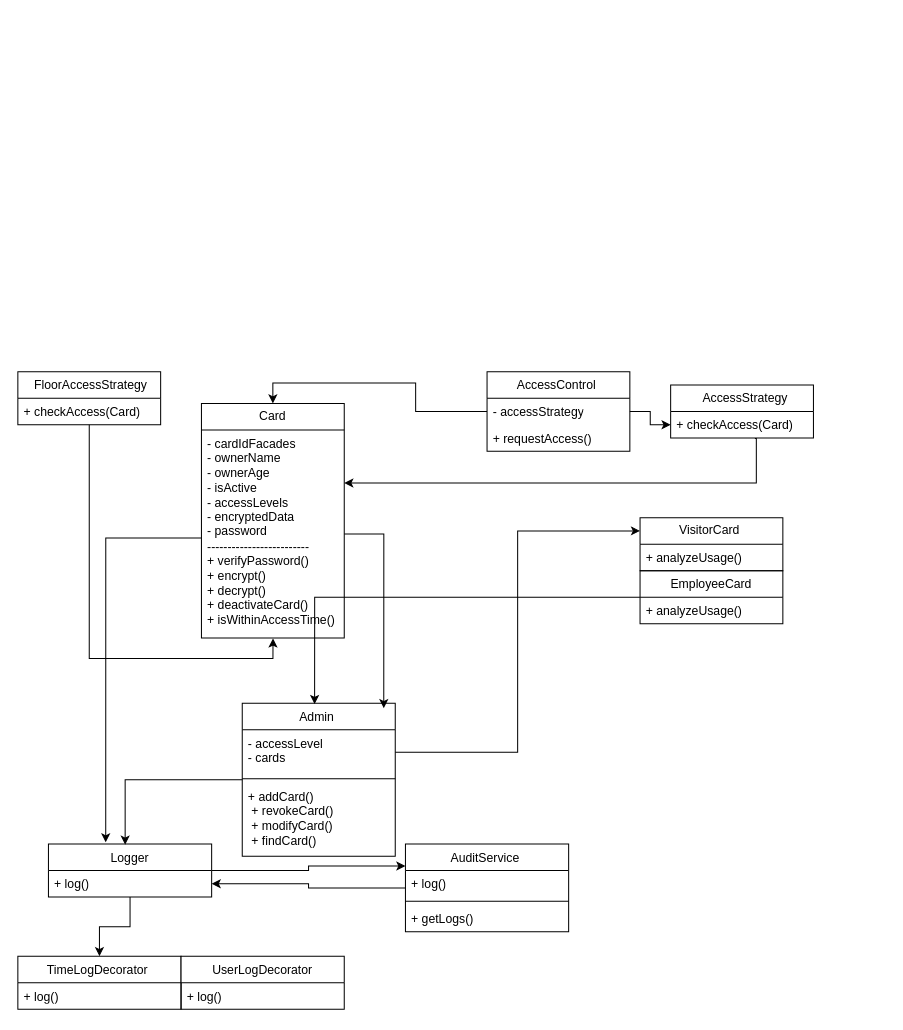
The draw.io diagram DiagrameHandmake.drawio in Suphakit162/DII-GEN6-CompoundSEC, before the edit. Source tidied: cells renumbered, new cells numbered last; positions are measured from the earlier drawing's top-left corner, leaving out a move shared by most shapes. Both pictures are drawn from the tidied source at 102%, with x=0, y=0 at pixel (17, 371).
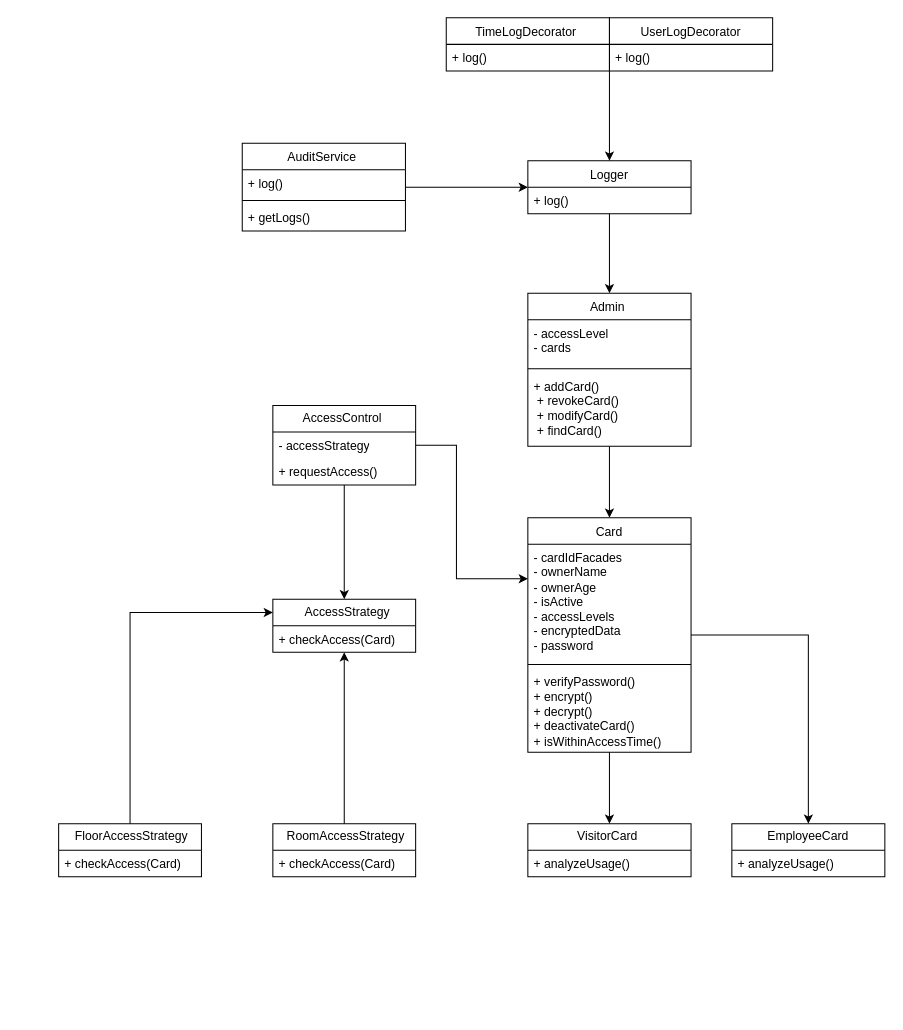
Above is the later version.

The change refers to these unchanged cells:
```xml
<mxCell id="4" value="- accessStrategy" style="text;strokeColor=none;fillColor=none;align=left;verticalAlign=top;spacingLeft=4;spacingRight=4;overflow=hidden;points=[[0,0.5],[1,0.5]];portConstraint=eastwest;whiteSpace=wrap;html=1;" parent="3" vertex="1">
  <mxGeometry y="26" width="140" height="26" as="geometry" />
</mxCell>
<mxCell id="8" value="+ checkAccess(Card)" style="text;strokeColor=none;fillColor=none;align=left;verticalAlign=top;spacingLeft=4;spacingRight=4;overflow=hidden;points=[[0,0.5],[1,0.5]];portConstraint=eastwest;whiteSpace=wrap;html=1;" parent="7" vertex="1">
  <mxGeometry y="26" width="140" height="26" as="geometry" />
</mxCell>
<mxCell id="25" value="+ log()" style="text;strokeColor=none;fillColor=none;align=left;verticalAlign=top;spacingLeft=4;spacingRight=4;overflow=hidden;points=[[0,0.5],[1,0.5]];portConstraint=eastwest;whiteSpace=wrap;html=1;" parent="24" vertex="1">
  <mxGeometry y="26" width="160" height="26" as="geometry" />
</mxCell>
```

Change to the diagram source:
```diff
@@
-    <mxCell id="2" style="edgeStyle=orthogonalEdgeStyle;rounded=0;jettySize=auto;html=1;entryX=0.5;entryY=0;entryDx=0;entryDy=0;" parent="1" edge="1" source="3" target="10">
-      <mxGeometry relative="1" as="geometry" />
-    </mxCell>
+    <mxCell id="41" style="edgeStyle=orthogonalEdgeStyle;rounded=0;jettySize=auto;html=1;entryX=0;entryY=0.298;entryDx=0;entryDy=0;entryPerimeter=0;" parent="1" edge="1" source="3" target="50">
+      <mxGeometry relative="1" as="geometry">
+        <Array as="points">
+          <mxPoint x="430" y="72" />
+          <mxPoint x="430" y="203" />
+        </Array>
+      </mxGeometry>
+    </mxCell>
+    <mxCell id="42" style="edgeStyle=orthogonalEdgeStyle;rounded=0;jettySize=auto;html=1;" parent="1" edge="1" source="3" target="7">
+      <mxGeometry relative="1" as="geometry" />
+    </mxCell>
     <mxCell id="3" value="&lt;span style=&quot;text-align: left;&quot;&gt;AccessControl&amp;nbsp;&lt;/span&gt;" style="swimlane;fontStyle=0;horizontal=1;startSize=26;fillColor=none;whiteSpace=wrap;html=1;" parent="1" vertex="1">
-      <mxGeometry x="460" width="140" height="78" as="geometry" />
+      <mxGeometry x="250" y="33" width="140" height="78" as="geometry" />
     </mxCell>
@@
-    <mxCell id="6" style="edgeStyle=orthogonalEdgeStyle;rounded=0;jettySize=auto;html=1;exitX=0.59;exitY=1.019;exitDx=0;exitDy=0;exitPerimeter=0;entryX=1;entryY=0.422;entryDx=0;entryDy=0;entryPerimeter=0;" parent="1" edge="1" source="8">
-      <mxGeometry relative="1" as="geometry">
-        <mxPoint x="320" y="109.1" as="targetPoint" />
-        <Array as="points">
-          <mxPoint x="724" y="66" />
-          <mxPoint x="724" y="109" />
-        </Array>
-      </mxGeometry>
-    </mxCell>
     <mxCell id="7" value="&lt;span style=&quot;text-align: left;&quot;&gt;&amp;nbsp;&amp;nbsp;AccessStrategy&lt;/span&gt;" style="swimlane;fontStyle=0;horizontal=1;startSize=26;fillColor=none;whiteSpace=wrap;html=1;" parent="1" vertex="1">
-      <mxGeometry x="640" y="13" width="140" height="52" as="geometry" />
+      <mxGeometry x="250" y="223" width="140" height="52" as="geometry" />
     </mxCell>
@@
-    <mxCell id="9" style="edgeStyle=orthogonalEdgeStyle;rounded=0;jettySize=auto;html=1;entryX=0.351;entryY=-0.032;entryDx=0;entryDy=0;entryPerimeter=0;" parent="1" edge="1" source="10" target="24">
-      <mxGeometry relative="1" as="geometry">
-        <Array as="points">
-          <mxPoint x="86" y="163" />
-        </Array>
-      </mxGeometry>
-    </mxCell>
-    <mxCell id="10" value="&lt;span style=&quot;text-align: left;&quot;&gt;&amp;nbsp; Card&amp;nbsp;&amp;nbsp;&lt;/span&gt;" style="swimlane;fontStyle=0;horizontal=1;startSize=26;fillColor=none;whiteSpace=wrap;html=1;" parent="1" vertex="1">
-      <mxGeometry x="180" y="31" width="140" height="230" as="geometry" />
-    </mxCell>
-    <mxCell id="11" value="&lt;div&gt;- cardIdFacades&amp;nbsp; &amp;nbsp; &amp;nbsp; &amp;nbsp; &amp;nbsp; &amp;nbsp; &lt;span style=&quot;background-color: transparent; color: light-dark(rgb(0, 0, 0), rgb(255, 255, 255));&quot;&gt;- ownerName&amp;nbsp; &amp;nbsp; &amp;nbsp; &amp;nbsp; &amp;nbsp; &amp;nbsp; &amp;nbsp; &amp;nbsp;&lt;/span&gt;&lt;/div&gt;&lt;div&gt;- ownerAge&amp;nbsp; &amp;nbsp;&amp;nbsp;&lt;/div&gt;&lt;div&gt;- isActive&amp;nbsp;&amp;nbsp;&lt;/div&gt;&lt;div&gt;- accessLevels&amp;nbsp; &amp;nbsp;&amp;nbsp;&lt;/div&gt;&lt;div&gt;- encryptedData&amp;nbsp; &amp;nbsp; &amp;nbsp;&lt;/div&gt;&lt;div&gt;- password&amp;nbsp; &amp;nbsp;&amp;nbsp;&lt;/div&gt;&lt;div&gt;-------------------------&amp;nbsp; &amp;nbsp;&amp;nbsp;&lt;/div&gt;&lt;div&gt;+ verifyPassword()&amp;nbsp; &amp;nbsp; &amp;nbsp;&lt;/div&gt;&lt;div&gt;+ encrypt()&amp;nbsp; &amp;nbsp;&amp;nbsp;&lt;/div&gt;&lt;div&gt;+ decrypt()&amp;nbsp; &amp;nbsp;&amp;nbsp;&lt;/div&gt;&lt;div&gt;+ deactivateCard()&amp;nbsp; &amp;nbsp; &amp;nbsp;&amp;nbsp;&lt;/div&gt;&lt;div&gt;+ isWithinAccessTime()&lt;/div&gt;" style="text;strokeColor=none;fillColor=none;align=left;verticalAlign=top;spacingLeft=4;spacingRight=4;overflow=hidden;points=[[0,0.5],[1,0.5]];portConstraint=eastwest;whiteSpace=wrap;html=1;" parent="10" vertex="1">
-      <mxGeometry y="26" width="140" height="204" as="geometry" />
-    </mxCell>
+    <mxCell id="43" style="edgeStyle=orthogonalEdgeStyle;rounded=0;jettySize=auto;html=1;entryX=0;entryY=0.25;entryDx=0;entryDy=0;" parent="1" edge="1" source="12" target="7">
+      <mxGeometry relative="1" as="geometry">
+        <Array as="points">
+          <mxPoint x="110" y="236" />
+        </Array>
+      </mxGeometry>
+    </mxCell>
     <mxCell id="12" value="&lt;span style=&quot;text-align: left;&quot;&gt;&amp;nbsp;FloorAccessStrategy&lt;/span&gt;" style="swimlane;fontStyle=0;horizontal=1;startSize=26;fillColor=none;whiteSpace=wrap;html=1;" parent="1" vertex="1">
-      <mxGeometry width="140" height="52" as="geometry" />
+      <mxGeometry x="40" y="443" width="140" height="52" as="geometry" />
     </mxCell>
@@
     <mxCell id="14" value="&lt;span style=&quot;text-align: left;&quot;&gt;EmployeeCard&lt;/span&gt;" style="swimlane;fontStyle=0;horizontal=1;startSize=26;fillColor=none;whiteSpace=wrap;html=1;" parent="1" vertex="1">
-      <mxGeometry x="610" y="195" width="140" height="52" as="geometry" />
+      <mxGeometry x="700" y="443" width="150" height="52" as="geometry" />
     </mxCell>
     <mxCell id="15" value="+ analyzeUsage()" style="text;strokeColor=none;fillColor=none;align=left;verticalAlign=top;spacingLeft=4;spacingRight=4;overflow=hidden;whiteSpace=wrap;html=1;" parent="14" vertex="1">
-      <mxGeometry y="26" width="140" height="26" as="geometry" />
+      <mxGeometry y="26" width="150" height="26" as="geometry" />
     </mxCell>
     <mxCell id="16" value="&lt;div style=&quot;text-align: left;&quot;&gt;&lt;span style=&quot;background-color: transparent;&quot;&gt;VisitorCard&amp;nbsp;&lt;/span&gt;&lt;/div&gt;" style="swimlane;fontStyle=0;horizontal=1;startSize=26;fillColor=none;whiteSpace=wrap;html=1;" parent="1" vertex="1">
-      <mxGeometry x="610" y="143" width="140" height="52" as="geometry" />
+      <mxGeometry x="500" y="443" width="160" height="52" as="geometry" />
     </mxCell>
     <mxCell id="17" value="+ analyzeUsage()" style="text;strokeColor=none;fillColor=none;align=left;verticalAlign=top;spacingLeft=4;spacingRight=4;overflow=hidden;whiteSpace=wrap;html=1;" parent="16" vertex="1">
-      <mxGeometry y="26" width="140" height="26" as="geometry" />
+      <mxGeometry y="26" width="160" height="26" as="geometry" />
     </mxCell>
+    <mxCell id="44" style="edgeStyle=orthogonalEdgeStyle;rounded=0;jettySize=auto;html=1;" parent="1" edge="1" source="18" target="10">
+      <mxGeometry relative="1" as="geometry" />
+    </mxCell>
     <mxCell id="18" value="&lt;span style=&quot;font-weight: 400; text-align: left;&quot;&gt;Admin&amp;nbsp;&lt;/span&gt;" style="swimlane;fontStyle=1;align=center;verticalAlign=top;horizontal=1;startSize=26;whiteSpace=wrap;html=1;" parent="1" vertex="1">
-      <mxGeometry x="220" y="325" width="150" height="150" as="geometry" />
+      <mxGeometry x="500" y="-77" width="160" height="150" as="geometry" />
     </mxCell>
     <mxCell id="19" value="&lt;div&gt;- accessLevel&lt;/div&gt;&lt;div&gt;- cards&amp;nbsp; &amp;nbsp;&amp;nbsp;&lt;/div&gt;" style="text;strokeColor=none;fillColor=none;align=left;verticalAlign=top;spacingLeft=4;spacingRight=4;overflow=hidden;points=[[0,0.5],[1,0.5]];portConstraint=eastwest;whiteSpace=wrap;html=1;" parent="18" vertex="1">
-      <mxGeometry y="26" width="150" height="44" as="geometry" />
+      <mxGeometry y="26" width="160" height="44" as="geometry" />
     </mxCell>
     <mxCell id="20" style="line;strokeWidth=1;fillColor=none;align=left;verticalAlign=middle;spacingTop=-1;spacingLeft=3;spacingRight=3;labelPosition=right;strokeColor=inherit;" parent="18" vertex="1">
-      <mxGeometry y="70" width="150" height="8" as="geometry" />
+      <mxGeometry y="70" width="160" height="8" as="geometry" />
     </mxCell>
     <mxCell id="21" value="&lt;div&gt;+ addCard()&amp;nbsp; &amp;nbsp; &amp;nbsp; &amp;nbsp; &amp;nbsp; &amp;nbsp;&lt;/div&gt;&lt;div&gt;&amp;nbsp;+ revokeCard()&amp;nbsp; &amp;nbsp; &amp;nbsp; &amp;nbsp;&amp;nbsp;&lt;/div&gt;&lt;div&gt;&amp;nbsp;+ modifyCard()&amp;nbsp; &amp;nbsp; &amp;nbsp; &amp;nbsp;&amp;nbsp;&lt;/div&gt;&lt;div&gt;&amp;nbsp;+ findCard()&lt;/div&gt;" style="text;strokeColor=none;fillColor=none;align=left;verticalAlign=top;spacingLeft=4;spacingRight=4;overflow=hidden;whiteSpace=wrap;html=1;" parent="18" vertex="1">
-      <mxGeometry y="78" width="150" height="72" as="geometry" />
+      <mxGeometry y="78" width="160" height="72" as="geometry" />
     </mxCell>
-    <mxCell id="22" style="edgeStyle=orthogonalEdgeStyle;rounded=0;jettySize=auto;html=1;entryX=0.5;entryY=0;entryDx=0;entryDy=0;" parent="1" edge="1" source="24" target="26">
-      <mxGeometry relative="1" as="geometry" />
-    </mxCell>
-    <mxCell id="23" style="edgeStyle=orthogonalEdgeStyle;rounded=0;jettySize=auto;html=1;entryX=0;entryY=0.25;entryDx=0;entryDy=0;" parent="1" edge="1" source="24" target="29">
-      <mxGeometry relative="1" as="geometry" />
-    </mxCell>
+    <mxCell id="45" style="edgeStyle=orthogonalEdgeStyle;rounded=0;jettySize=auto;html=1;entryX=0.5;entryY=0;entryDx=0;entryDy=0;" parent="1" edge="1" source="24" target="18">
+      <mxGeometry relative="1" as="geometry" />
+    </mxCell>
     <mxCell id="24" value="Logger" style="swimlane;fontStyle=0;align=center;verticalAlign=top;horizontal=1;startSize=26;whiteSpace=wrap;html=1;" parent="1" vertex="1">
-      <mxGeometry x="30" y="463" width="160" height="52" as="geometry" />
+      <mxGeometry x="500" y="-207" width="160" height="52" as="geometry" />
     </mxCell>
@@
     <mxCell id="26" value="TimeLogDecorator&amp;nbsp;" style="swimlane;fontStyle=0;align=center;verticalAlign=top;horizontal=1;startSize=26;whiteSpace=wrap;html=1;" parent="1" vertex="1">
-      <mxGeometry y="573" width="160" height="52" as="geometry" />
+      <mxGeometry x="420" y="-347" width="160" height="52" as="geometry" />
     </mxCell>
@@
-    <mxCell id="28" style="edgeStyle=orthogonalEdgeStyle;rounded=0;jettySize=auto;html=1;entryX=1;entryY=0.5;entryDx=0;entryDy=0;" parent="1" edge="1" source="29" target="25">
-      <mxGeometry relative="1" as="geometry" />
-    </mxCell>
+    <mxCell id="46" style="edgeStyle=orthogonalEdgeStyle;rounded=0;jettySize=auto;html=1;" parent="1" edge="1" source="29" target="24">
+      <mxGeometry relative="1" as="geometry" />
+    </mxCell>
     <mxCell id="29" value="&lt;span style=&quot;font-weight: 400;&quot;&gt;AuditService&amp;nbsp;&lt;/span&gt;" style="swimlane;fontStyle=1;align=center;verticalAlign=top;horizontal=1;startSize=26;whiteSpace=wrap;html=1;" parent="1" vertex="1">
-      <mxGeometry x="380" y="463" width="160" height="86" as="geometry" />
+      <mxGeometry x="220" y="-224" width="160" height="86" as="geometry" />
     </mxCell>
@@
+    <mxCell id="47" style="edgeStyle=orthogonalEdgeStyle;rounded=0;jettySize=auto;html=1;entryX=0.5;entryY=0;entryDx=0;entryDy=0;" parent="1" edge="1" source="33" target="24">
+      <mxGeometry relative="1" as="geometry">
+        <Array as="points">
+          <mxPoint x="580" y="-277" />
+          <mxPoint x="580" y="-277" />
+        </Array>
+      </mxGeometry>
+    </mxCell>
     <mxCell id="33" value="UserLogDecorator" style="swimlane;fontStyle=0;align=center;verticalAlign=top;horizontal=1;startSize=26;whiteSpace=wrap;html=1;" parent="1" vertex="1">
-      <mxGeometry x="160" y="573" width="160" height="52" as="geometry" />
+      <mxGeometry x="580" y="-347" width="160" height="52" as="geometry" />
     </mxCell>
@@
-    <mxCell id="35" style="edgeStyle=orthogonalEdgeStyle;rounded=0;jettySize=auto;html=1;" parent="1" edge="1" source="4" target="8">
-      <mxGeometry relative="1" as="geometry" />
-    </mxCell>
-    <mxCell id="36" style="edgeStyle=orthogonalEdgeStyle;rounded=0;jettySize=auto;html=1;entryX=0.501;entryY=1.002;entryDx=0;entryDy=0;entryPerimeter=0;" parent="1" edge="1" source="12" target="11">
-      <mxGeometry relative="1" as="geometry" />
-    </mxCell>
-    <mxCell id="37" style="edgeStyle=orthogonalEdgeStyle;rounded=0;jettySize=auto;html=1;entryX=0.473;entryY=0.005;entryDx=0;entryDy=0;entryPerimeter=0;" parent="1" edge="1" source="14" target="18">
-      <mxGeometry relative="1" as="geometry" />
-    </mxCell>
-    <mxCell id="38" style="edgeStyle=orthogonalEdgeStyle;rounded=0;jettySize=auto;html=1;entryX=0.47;entryY=0.012;entryDx=0;entryDy=0;entryPerimeter=0;" parent="1" edge="1" source="18" target="24">
-      <mxGeometry relative="1" as="geometry" />
-    </mxCell>
-    <mxCell id="39" style="edgeStyle=orthogonalEdgeStyle;rounded=0;jettySize=auto;html=1;entryX=0;entryY=0.25;entryDx=0;entryDy=0;" parent="1" edge="1" source="19" target="16">
-      <mxGeometry relative="1" as="geometry" />
-    </mxCell>
-    <mxCell id="40" style="edgeStyle=orthogonalEdgeStyle;rounded=0;jettySize=auto;html=1;entryX=0.925;entryY=0.032;entryDx=0;entryDy=0;entryPerimeter=0;" parent="1" edge="1" source="11" target="18">
-      <mxGeometry relative="1" as="geometry" />
-    </mxCell>
+    <mxCell id="48" style="edgeStyle=orthogonalEdgeStyle;rounded=0;jettySize=auto;html=1;entryX=0.5;entryY=0;entryDx=0;entryDy=0;" parent="1" edge="1" source="10" target="16">
+      <mxGeometry relative="1" as="geometry" />
+    </mxCell>
+    <mxCell id="49" style="edgeStyle=orthogonalEdgeStyle;rounded=0;jettySize=auto;html=1;entryX=0.5;entryY=0;entryDx=0;entryDy=0;" parent="1" edge="1" source="10" target="14">
+      <mxGeometry relative="1" as="geometry" />
+    </mxCell>
+    <mxCell id="10" value="&lt;span style=&quot;font-weight: 400; text-align: left;&quot;&gt;&amp;nbsp; Card&amp;nbsp;&amp;nbsp;&lt;/span&gt;" style="swimlane;fontStyle=1;align=center;verticalAlign=top;horizontal=1;startSize=26;whiteSpace=wrap;html=1;" parent="1" vertex="1">
+      <mxGeometry x="500" y="143" width="160" height="230" as="geometry" />
+    </mxCell>
+    <mxCell id="50" value="&lt;div&gt;- cardIdFacades&amp;nbsp; &amp;nbsp; &amp;nbsp; &amp;nbsp; &amp;nbsp; &amp;nbsp;&lt;span style=&quot;background-color: transparent; color: light-dark(rgb(0, 0, 0), rgb(255, 255, 255));&quot;&gt;&amp;nbsp;&lt;/span&gt;&lt;/div&gt;&lt;div&gt;&lt;span style=&quot;background-color: transparent; color: light-dark(rgb(0, 0, 0), rgb(255, 255, 255));&quot;&gt;- ownerName&amp;nbsp; &amp;nbsp; &amp;nbsp; &amp;nbsp; &amp;nbsp; &amp;nbsp; &amp;nbsp; &amp;nbsp;&lt;/span&gt;&lt;/div&gt;&lt;div&gt;- ownerAge&amp;nbsp; &amp;nbsp;&amp;nbsp;&lt;/div&gt;&lt;div&gt;- isActive&amp;nbsp;&amp;nbsp;&lt;/div&gt;&lt;div&gt;- accessLevels&amp;nbsp; &amp;nbsp;&amp;nbsp;&lt;/div&gt;&lt;div&gt;- encryptedData&amp;nbsp; &amp;nbsp; &amp;nbsp;&lt;/div&gt;&lt;div&gt;- password&amp;nbsp;&lt;/div&gt;" style="text;strokeColor=none;fillColor=none;align=left;verticalAlign=top;spacingLeft=4;spacingRight=4;overflow=hidden;points=[[0,0.5],[1,0.5]];portConstraint=eastwest;whiteSpace=wrap;html=1;" parent="10" vertex="1">
+      <mxGeometry y="26" width="160" height="114" as="geometry" />
+    </mxCell>
+    <mxCell id="51" style="line;strokeWidth=1;fillColor=none;align=left;verticalAlign=middle;spacingTop=-1;spacingLeft=3;spacingRight=3;labelPosition=right;strokeColor=inherit;" parent="10" vertex="1">
+      <mxGeometry y="140" width="160" height="8" as="geometry" />
+    </mxCell>
+    <mxCell id="52" value="&lt;div&gt;+ verifyPassword()&amp;nbsp; &amp;nbsp; &amp;nbsp;&lt;/div&gt;&lt;div&gt;+ encrypt()&amp;nbsp; &amp;nbsp;&amp;nbsp;&lt;/div&gt;&lt;div&gt;+ decrypt()&amp;nbsp; &amp;nbsp;&amp;nbsp;&lt;/div&gt;&lt;div&gt;+ deactivateCard()&amp;nbsp; &amp;nbsp; &amp;nbsp;&amp;nbsp;&lt;/div&gt;&lt;div&gt;+ isWithinAccessTime()&lt;/div&gt;" style="text;strokeColor=none;fillColor=none;align=left;verticalAlign=top;spacingLeft=4;spacingRight=4;overflow=hidden;whiteSpace=wrap;html=1;" parent="10" vertex="1">
+      <mxGeometry y="148" width="160" height="82" as="geometry" />
+    </mxCell>
+    <mxCell id="53" style="edgeStyle=orthogonalEdgeStyle;rounded=0;jettySize=auto;html=1;" parent="1" edge="1" source="54" target="7">
+      <mxGeometry relative="1" as="geometry" />
+    </mxCell>
+    <mxCell id="54" value="&lt;span style=&quot;text-align: left;&quot;&gt;&amp;nbsp;RoomAccessStrategy&lt;/span&gt;" style="swimlane;fontStyle=0;horizontal=1;startSize=26;fillColor=none;whiteSpace=wrap;html=1;" parent="1" vertex="1">
+      <mxGeometry x="250" y="443" width="140" height="52" as="geometry" />
+    </mxCell>
+    <mxCell id="55" value="+ checkAccess(Card)" style="text;strokeColor=none;fillColor=none;align=left;verticalAlign=top;spacingLeft=4;spacingRight=4;overflow=hidden;whiteSpace=wrap;html=1;" parent="54" vertex="1">
+      <mxGeometry y="26" width="140" height="26" as="geometry" />
+    </mxCell>
```
